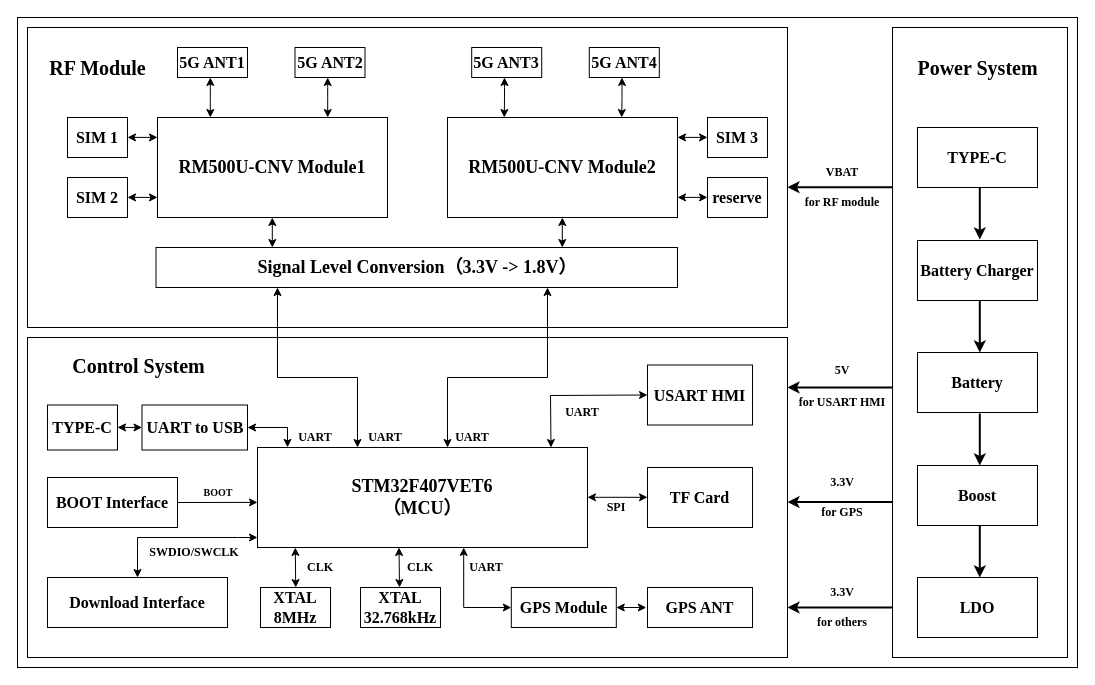
The draw.io diagram ICCC_block_V2.0.drawio in zeandon/draw.io, before the edit. Source tidied: cells renumbered, new cells numbered last; positions are measured from the earlier drawing's top-left corner, leaving out a move shared by most shapes. Both pictures are drawn from the tidied source at 100%, with x=0, y=0 at pixel (17, 17).
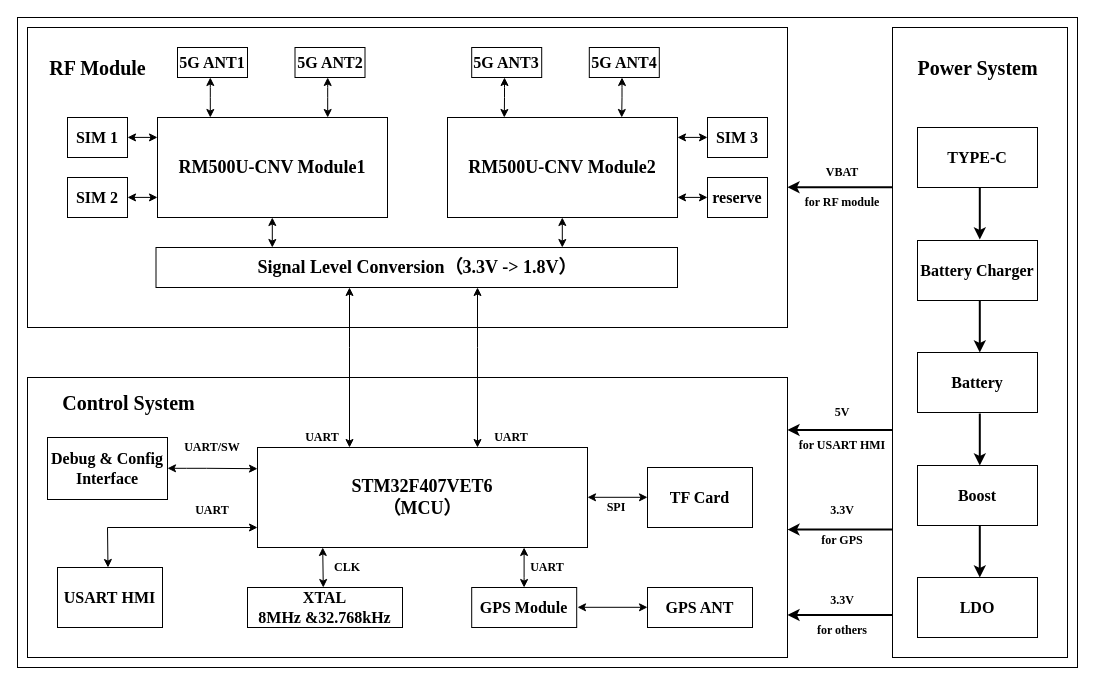
After the change.

Change to the diagram source:
```diff
@@
     <mxCell id="5" style="rounded=0;whiteSpace=wrap;html=1;fontFamily=Times New Roman;" parent="1" vertex="1">
-      <mxGeometry x="10" y="320" width="760" height="320" as="geometry" />
+      <mxGeometry x="10" y="360" width="760" height="280" as="geometry" />
     </mxCell>
     <mxCell id="6" value="&lt;font&gt;Control System&lt;/font&gt;" style="text;strokeColor=none;fillColor=none;html=1;fontSize=20;fontStyle=1;verticalAlign=middle;align=center;fontFamily=Times New Roman;" parent="1" vertex="1">
-      <mxGeometry x="50" y="327.5" width="141" height="40" as="geometry" />
+      <mxGeometry x="40" y="365" width="141" height="40" as="geometry" />
     </mxCell>
@@
     <mxCell id="10" value="UART" style="text;html=1;whiteSpace=wrap;strokeColor=none;fillColor=none;align=center;verticalAlign=middle;rounded=0;fontStyle=1;fontSize=12;fontFamily=Times New Roman;" parent="1" vertex="1">
-      <mxGeometry x="338" y="405" width="60" height="30" as="geometry" />
+      <mxGeometry x="275" y="405" width="60" height="30" as="geometry" />
     </mxCell>
     <mxCell id="11" value="UART" style="text;html=1;whiteSpace=wrap;strokeColor=none;fillColor=none;align=center;verticalAlign=middle;rounded=0;fontStyle=1;fontSize=12;fontFamily=Times New Roman;" parent="1" vertex="1">
-      <mxGeometry x="425" y="405" width="60" height="30" as="geometry" />
+      <mxGeometry x="464.2" y="405" width="60" height="30" as="geometry" />
     </mxCell>
@@
-    <mxCell id="17" value="&lt;span style=&quot;background-color: transparent; color: light-dark(rgb(0, 0, 0), rgb(255, 255, 255));&quot;&gt;XTAL&lt;br&gt;8MHz&lt;/span&gt;" style="rounded=0;whiteSpace=wrap;html=1;fontStyle=1;fontFamily=Times New Roman;fontSize=16;" parent="1" vertex="1">
-      <mxGeometry x="243" y="570" width="70" height="40" as="geometry" />
+    <mxCell id="17" value="&lt;span style=&quot;background-color: transparent; color: light-dark(rgb(0, 0, 0), rgb(255, 255, 255));&quot;&gt;XTAL&lt;br&gt;8MHz &amp;amp;32.768kHz&lt;/span&gt;" style="rounded=0;whiteSpace=wrap;html=1;fontStyle=1;fontFamily=Times New Roman;fontSize=16;" parent="1" vertex="1">
+      <mxGeometry x="230" y="570" width="155" height="40" as="geometry" />
     </mxCell>
-    <mxCell id="18" value="&lt;span style=&quot;background-color: transparent; color: light-dark(rgb(0, 0, 0), rgb(255, 255, 255));&quot;&gt;XTAL&lt;br&gt;32.768kHz&lt;/span&gt;" style="rounded=0;whiteSpace=wrap;html=1;fontStyle=1;fontFamily=Times New Roman;fontSize=16;" parent="1" vertex="1">
-      <mxGeometry x="343" y="570" width="80" height="40" as="geometry" />
-    </mxCell>
-    <mxCell id="19" value="Download Interface" style="rounded=0;whiteSpace=wrap;html=1;fontStyle=1;fontFamily=Times New Roman;fontSize=16;" parent="1" vertex="1">
-      <mxGeometry x="30" y="560" width="180" height="50" as="geometry" />
+    <mxCell id="19" value="Debug &amp;amp; Config Interface" style="rounded=0;whiteSpace=wrap;html=1;fontStyle=1;fontFamily=Times New Roman;fontSize=16;" parent="1" vertex="1">
+      <mxGeometry x="30" y="420" width="120" height="62" as="geometry" />
     </mxCell>
     <mxCell id="20" value="USART&amp;nbsp;&lt;span style=&quot;background-color: transparent; color: light-dark(rgb(0, 0, 0), rgb(255, 255, 255));&quot;&gt;HMI&lt;/span&gt;" style="rounded=0;whiteSpace=wrap;html=1;fontStyle=1;fontFamily=Times New Roman;fontSize=16;" parent="1" vertex="1">
-      <mxGeometry x="630" y="347.5" width="105" height="60" as="geometry" />
+      <mxGeometry x="40" y="550" width="105" height="60" as="geometry" />
     </mxCell>
@@
-    <mxCell id="30" value="UART to USB" style="rounded=0;whiteSpace=wrap;html=1;fontStyle=1;fontFamily=Times New Roman;fontSize=16;" parent="1" vertex="1">
-      <mxGeometry x="124.5" y="387.5" width="105.5" height="45" as="geometry" />
-    </mxCell>
@@
-    <mxCell id="32" value="TYPE-C" style="rounded=0;whiteSpace=wrap;html=1;fontStyle=1;fontFamily=Times New Roman;fontSize=16;" parent="1" vertex="1">
-      <mxGeometry x="30" y="387.5" width="70" height="45" as="geometry" />
-    </mxCell>
@@
     <mxCell id="44" value="5V" style="text;html=1;whiteSpace=wrap;strokeColor=none;fillColor=none;align=center;verticalAlign=middle;rounded=0;fontStyle=1;fontSize=12;fontFamily=Times New Roman;" parent="1" vertex="1">
-      <mxGeometry x="805" y="337.5" width="40" height="30" as="geometry" />
+      <mxGeometry x="805" y="380" width="40" height="30" as="geometry" />
     </mxCell>
     <mxCell id="45" value="3.3V" style="text;html=1;whiteSpace=wrap;strokeColor=none;fillColor=none;align=center;verticalAlign=middle;rounded=0;fontStyle=1;fontSize=12;fontFamily=Times New Roman;" parent="1" vertex="1">
-      <mxGeometry x="800" y="560" width="50" height="30" as="geometry" />
+      <mxGeometry x="800" y="567.5" width="50" height="30" as="geometry" />
     </mxCell>
@@
     <mxCell id="47" value="for USART HMI" style="text;html=1;whiteSpace=wrap;strokeColor=none;fillColor=none;align=center;verticalAlign=middle;rounded=0;fontStyle=1;fontSize=12;fontFamily=Times New Roman;" parent="1" vertex="1">
-      <mxGeometry x="770" y="370" width="110" height="30" as="geometry" />
+      <mxGeometry x="770" y="412.5" width="110" height="30" as="geometry" />
     </mxCell>
     <mxCell id="48" value="for GPS" style="text;html=1;whiteSpace=wrap;strokeColor=none;fillColor=none;align=center;verticalAlign=middle;rounded=0;fontStyle=1;fontSize=12;fontFamily=Times New Roman;" parent="1" vertex="1">
-      <mxGeometry x="795" y="480" width="60" height="30" as="geometry" />
+      <mxGeometry x="795" y="507.5" width="60" height="30" as="geometry" />
     </mxCell>
     <mxCell id="49" value="for others" style="text;html=1;whiteSpace=wrap;strokeColor=none;fillColor=none;align=center;verticalAlign=middle;rounded=0;fontStyle=1;fontSize=12;fontFamily=Times New Roman;" parent="1" vertex="1">
-      <mxGeometry x="790" y="590" width="70" height="30" as="geometry" />
+      <mxGeometry x="790" y="597.5" width="70" height="30" as="geometry" />
     </mxCell>
     <mxCell id="50" value="GPS Module" style="rounded=0;whiteSpace=wrap;html=1;fontStyle=1;fontFamily=Times New Roman;fontSize=16;" parent="1" vertex="1">
-      <mxGeometry x="493.8" y="570" width="105" height="40" as="geometry" />
+      <mxGeometry x="454.2" y="570" width="105" height="40" as="geometry" />
     </mxCell>
@@
     <mxCell id="52" value="UART" style="text;html=1;whiteSpace=wrap;strokeColor=none;fillColor=none;align=center;verticalAlign=middle;rounded=0;fontStyle=1;fontSize=12;fontFamily=Times New Roman;" parent="1" vertex="1">
-      <mxGeometry x="535" y="380" width="60" height="30" as="geometry" />
+      <mxGeometry x="165" y="477.5" width="60" height="30" as="geometry" />
     </mxCell>
     <mxCell id="53" value="UART" style="text;html=1;whiteSpace=wrap;strokeColor=none;fillColor=none;align=center;verticalAlign=middle;rounded=0;fontStyle=1;fontSize=12;fontFamily=Times New Roman;" parent="1" vertex="1">
-      <mxGeometry x="438.8" y="535" width="60" height="30" as="geometry" />
+      <mxGeometry x="500" y="535" width="60" height="30" as="geometry" />
     </mxCell>
@@
-    <mxCell id="55" value="CLK" style="text;html=1;whiteSpace=wrap;strokeColor=none;fillColor=none;align=center;verticalAlign=middle;rounded=0;fontStyle=1;fontSize=12;fontFamily=Times New Roman;" parent="1" vertex="1">
-      <mxGeometry x="378" y="535" width="50" height="30" as="geometry" />
-    </mxCell>
     <mxCell id="56" value="CLK" style="text;html=1;whiteSpace=wrap;strokeColor=none;fillColor=none;align=center;verticalAlign=middle;rounded=0;fontStyle=1;fontSize=12;fontFamily=Times New Roman;" parent="1" vertex="1">
-      <mxGeometry x="277.5" y="535" width="50" height="30" as="geometry" />
+      <mxGeometry x="305" y="535" width="50" height="30" as="geometry" />
     </mxCell>
-    <mxCell id="57" value="UART" style="text;html=1;whiteSpace=wrap;strokeColor=none;fillColor=none;align=center;verticalAlign=middle;rounded=0;fontStyle=1;fontSize=12;fontFamily=Times New Roman;" parent="1" vertex="1">
-      <mxGeometry x="267.5" y="405" width="60" height="30" as="geometry" />
-    </mxCell>
-    <mxCell id="58" value="&lt;font size=&quot;1&quot;&gt;BOOT&lt;/font&gt;" style="text;html=1;whiteSpace=wrap;strokeColor=none;fillColor=none;align=center;verticalAlign=middle;rounded=0;fontStyle=1;fontSize=9;fontFamily=Times New Roman;" parent="1" vertex="1">
-      <mxGeometry x="170.5" y="460" width="60" height="30" as="geometry" />
-    </mxCell>
-    <mxCell id="59" value="SWDIO/SWCLK" style="text;html=1;whiteSpace=wrap;strokeColor=none;fillColor=none;align=center;verticalAlign=middle;rounded=0;fontStyle=1;fontSize=12;fontFamily=Times New Roman;" parent="1" vertex="1">
-      <mxGeometry x="122.2" y="520" width="110" height="30" as="geometry" />
+    <mxCell id="59" value="UART/SW" style="text;html=1;whiteSpace=wrap;strokeColor=none;fillColor=none;align=center;verticalAlign=middle;rounded=0;fontStyle=1;fontSize=12;fontFamily=Times New Roman;" parent="1" vertex="1">
+      <mxGeometry x="155" y="415" width="80" height="30" as="geometry" />
     </mxCell>
@@
-    <mxCell id="61" style="endArrow=classic;startArrow=classic;html=1;rounded=0;entryX=0;entryY=0.5;entryDx=0;entryDy=0;fontFamily=Times New Roman;" parent="1" edge="1" target="20">
+    <mxCell id="61" style="endArrow=classic;startArrow=classic;html=1;rounded=0;fontFamily=Times New Roman;" parent="1" edge="1">
       <mxGeometry relative="1" as="geometry">
-        <mxPoint x="533.5" y="430" as="sourcePoint" />
+        <mxPoint x="506.6" y="530" as="sourcePoint" />
+        <mxPoint x="506.6" y="570" as="targetPoint" />
         <Array as="points">
-          <mxPoint x="533" y="378" />
+          <mxPoint x="506.6" y="560" />
         </Array>
       </mxGeometry>
     </mxCell>
     <mxCell id="62" style="endArrow=classic;startArrow=classic;html=1;rounded=0;fontFamily=Times New Roman;" parent="1" edge="1">
       <mxGeometry relative="1" as="geometry">
-        <mxPoint x="598.8" y="590" as="sourcePoint" />
-        <mxPoint x="628.8" y="590" as="targetPoint" />
+        <mxPoint x="560" y="589.8" as="sourcePoint" />
+        <mxPoint x="630" y="589.8" as="targetPoint" />
       </mxGeometry>
     </mxCell>
-    <mxCell id="63" style="endArrow=classic;startArrow=classic;html=1;rounded=0;entryX=0;entryY=0.5;entryDx=0;entryDy=0;fontFamily=Times New Roman;" parent="1" edge="1" target="50">
-      <mxGeometry relative="1" as="geometry">
-        <mxPoint x="446.2" y="530" as="sourcePoint" />
-        <Array as="points">
-          <mxPoint x="446.2" y="590" />
-        </Array>
-      </mxGeometry>
-    </mxCell>
-    <mxCell id="64" style="endArrow=classic;startArrow=classic;html=1;rounded=0;fontFamily=Times New Roman;" parent="1" edge="1">
-      <mxGeometry relative="1" as="geometry">
-        <mxPoint x="382" y="570" as="sourcePoint" />
-        <mxPoint x="381.5" y="530" as="targetPoint" />
-      </mxGeometry>
-    </mxCell>
     <mxCell id="65" style="endArrow=classic;startArrow=classic;html=1;rounded=0;fontFamily=Times New Roman;" parent="1" edge="1">
       <mxGeometry relative="1" as="geometry">
-        <mxPoint x="278.2" y="570" as="sourcePoint" />
-        <mxPoint x="277.8" y="530" as="targetPoint" />
+        <mxPoint x="305.8" y="570" as="sourcePoint" />
+        <mxPoint x="305.2" y="530" as="targetPoint" />
       </mxGeometry>
     </mxCell>
-    <mxCell id="66" style="endArrow=classic;startArrow=classic;html=1;rounded=0;exitX=0.5;exitY=0;exitDx=0;exitDy=0;fontFamily=Times New Roman;" parent="1" edge="1" source="19">
-      <mxGeometry relative="1" as="geometry">
-        <mxPoint x="240" y="520" as="targetPoint" />
-        <Array as="points">
-          <mxPoint x="120" y="530" />
-          <mxPoint x="120" y="520" />
-          <mxPoint x="220" y="520" />
-        </Array>
-      </mxGeometry>
-    </mxCell>
-    <mxCell id="67" value="BOOT Interface" style="rounded=0;whiteSpace=wrap;html=1;fontStyle=1;fontFamily=Times New Roman;fontSize=16;" parent="1" vertex="1">
-      <mxGeometry x="30" y="460" width="130" height="50" as="geometry" />
-    </mxCell>
-    <mxCell id="68" style="endArrow=none;startArrow=classic;html=1;rounded=0;entryX=1;entryY=0.5;entryDx=0;entryDy=0;startFill=1;endFill=0;fontFamily=Times New Roman;" parent="1" edge="1" target="67">
-      <mxGeometry relative="1" as="geometry">
-        <mxPoint x="240" y="484.9" as="sourcePoint" />
-      </mxGeometry>
-    </mxCell>
-    <mxCell id="69" style="endArrow=classic;startArrow=classic;html=1;rounded=0;exitX=0;exitY=0.5;exitDx=0;exitDy=0;fontFamily=Times New Roman;" parent="1" edge="1" source="30">
-      <mxGeometry relative="1" as="geometry">
-        <mxPoint x="100" y="409.9" as="targetPoint" />
-      </mxGeometry>
-    </mxCell>
-    <mxCell id="70" style="endArrow=classic;startArrow=classic;html=1;rounded=0;entryX=1;entryY=0.5;entryDx=0;entryDy=0;fontFamily=Times New Roman;" parent="1" edge="1" target="30">
-      <mxGeometry relative="1" as="geometry">
-        <mxPoint x="270" y="429.9" as="sourcePoint" />
-        <Array as="points">
-          <mxPoint x="270" y="410" />
-        </Array>
-      </mxGeometry>
-    </mxCell>
-    <mxCell id="71" style="endArrow=classic;startArrow=classic;html=1;rounded=0;entryX=0.227;entryY=1.012;entryDx=0;entryDy=0;entryPerimeter=0;fontFamily=Times New Roman;" parent="1" edge="1">
-      <mxGeometry relative="1" as="geometry">
-        <mxPoint x="340" y="430" as="sourcePoint" />
-        <mxPoint x="260" y="270" as="targetPoint" />
-        <Array as="points">
-          <mxPoint x="340" y="360" />
-          <mxPoint x="260" y="360" />
-        </Array>
-      </mxGeometry>
-    </mxCell>
-    <mxCell id="72" style="endArrow=classic;startArrow=classic;html=1;rounded=0;fontFamily=Times New Roman;" parent="1" edge="1">
-      <mxGeometry relative="1" as="geometry">
-        <mxPoint x="430" y="430" as="sourcePoint" />
-        <mxPoint x="530" y="270" as="targetPoint" />
-        <Array as="points">
-          <mxPoint x="430" y="360" />
-          <mxPoint x="530" y="360" />
-        </Array>
-      </mxGeometry>
-    </mxCell>
     <mxCell id="73" value="3.3V" style="text;html=1;whiteSpace=wrap;strokeColor=none;fillColor=none;align=center;verticalAlign=middle;rounded=0;fontStyle=1;fontSize=12;fontFamily=Times New Roman;" parent="1" vertex="1">
-      <mxGeometry x="800" y="450" width="50" height="30" as="geometry" />
+      <mxGeometry x="800" y="477.5" width="50" height="30" as="geometry" />
     </mxCell>
@@
     <mxCell id="81" style="endArrow=none;startArrow=classic;html=1;rounded=0;endFill=0;strokeWidth=2;fontFamily=Times New Roman;entryX=-0.001;entryY=0.254;entryDx=0;entryDy=0;entryPerimeter=0;" parent="1" edge="1">
       <mxGeometry relative="1" as="geometry">
-        <mxPoint x="770" y="590" as="sourcePoint" />
-        <mxPoint x="875" y="590" as="targetPoint" />
+        <mxPoint x="770" y="597.5" as="sourcePoint" />
+        <mxPoint x="875" y="597.5" as="targetPoint" />
       </mxGeometry>
     </mxCell>
     <mxCell id="82" style="endArrow=none;startArrow=classic;html=1;rounded=0;endFill=0;strokeWidth=2;fontFamily=Times New Roman;entryX=-0.001;entryY=0.254;entryDx=0;entryDy=0;entryPerimeter=0;" parent="1" edge="1">
       <mxGeometry relative="1" as="geometry">
-        <mxPoint x="770" y="484.6" as="sourcePoint" />
-        <mxPoint x="875" y="484.6" as="targetPoint" />
+        <mxPoint x="770" y="512.1" as="sourcePoint" />
+        <mxPoint x="875" y="512.1" as="targetPoint" />
       </mxGeometry>
     </mxCell>
     <mxCell id="83" style="endArrow=none;startArrow=classic;html=1;rounded=0;endFill=0;strokeWidth=2;fontFamily=Times New Roman;entryX=-0.001;entryY=0.254;entryDx=0;entryDy=0;entryPerimeter=0;" parent="1" edge="1">
       <mxGeometry relative="1" as="geometry">
-        <mxPoint x="770" y="370" as="sourcePoint" />
-        <mxPoint x="875" y="370" as="targetPoint" />
+        <mxPoint x="770" y="412.5" as="sourcePoint" />
+        <mxPoint x="875" y="412.5" as="targetPoint" />
       </mxGeometry>
     </mxCell>
+    <mxCell id="84" style="endArrow=classic;startArrow=classic;html=1;rounded=0;startFill=1;endFill=1;fontFamily=Times New Roman;" parent="1" edge="1">
+      <mxGeometry relative="1" as="geometry">
+        <mxPoint x="240" y="451.2" as="sourcePoint" />
+        <mxPoint x="150" y="450.8" as="targetPoint" />
+        <Array as="points">
+          <mxPoint x="189" y="450.8" />
+          <mxPoint x="169" y="450.8" />
+        </Array>
+      </mxGeometry>
+    </mxCell>
+    <mxCell id="85" style="endArrow=classic;startArrow=classic;html=1;rounded=0;fontFamily=Times New Roman;" parent="1" edge="1">
+      <mxGeometry relative="1" as="geometry">
+        <mxPoint x="332" y="430" as="sourcePoint" />
+        <mxPoint x="332" y="270" as="targetPoint" />
+        <Array as="points">
+          <mxPoint x="332" y="360" />
+          <mxPoint x="332" y="330" />
+        </Array>
+      </mxGeometry>
+    </mxCell>
+    <mxCell id="86" style="endArrow=classic;startArrow=classic;html=1;rounded=0;fontFamily=Times New Roman;" parent="1" edge="1">
+      <mxGeometry relative="1" as="geometry">
+        <mxPoint x="460" y="430" as="sourcePoint" />
+        <mxPoint x="460" y="270" as="targetPoint" />
+        <Array as="points">
+          <mxPoint x="460" y="360" />
+          <mxPoint x="460" y="330" />
+        </Array>
+      </mxGeometry>
+    </mxCell>
+    <mxCell id="87" style="endArrow=classic;startArrow=classic;html=1;rounded=0;fontFamily=Times New Roman;" parent="1" edge="1">
+      <mxGeometry relative="1" as="geometry">
+        <mxPoint x="90.5" y="550" as="sourcePoint" />
+        <mxPoint x="240" y="510" as="targetPoint" />
+        <Array as="points">
+          <mxPoint x="90" y="510" />
+        </Array>
+      </mxGeometry>
+    </mxCell>
```
